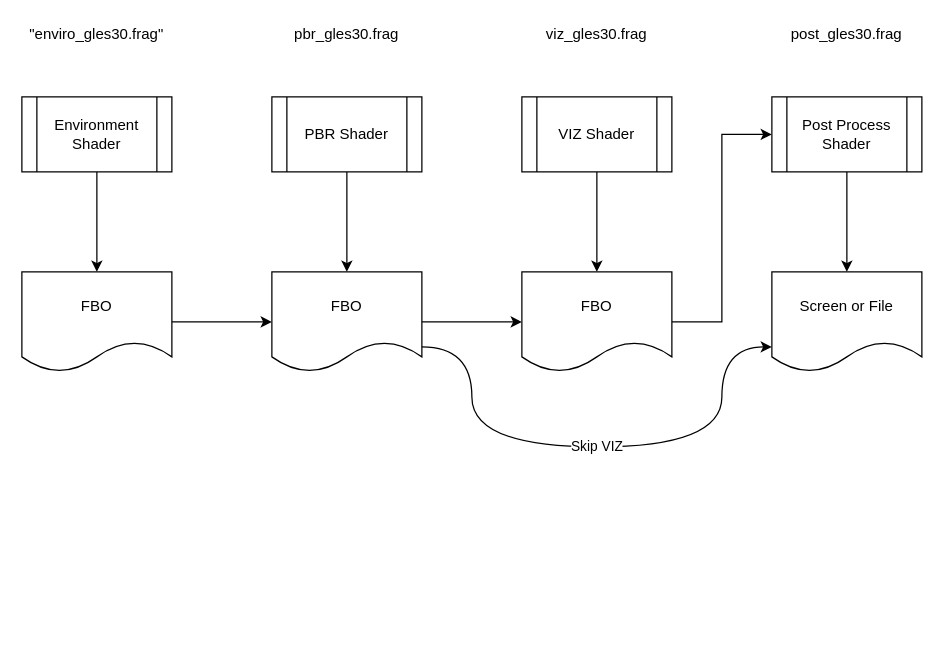
Earlier version of the draw.io diagram page "Simple Renderer Pipeline" (3 of 3) of fluxions-ssphh-research-block-diagram.drawio (microwerx/blah-ssphh-all). Source tidied: cells renumbered, new cells numbered last; positions are measured from the earlier drawing's top-left corner, leaving out a move shared by most shapes. Both pictures are drawn from the tidied source at 125%, with x=0, y=0 at pixel (21, 21).
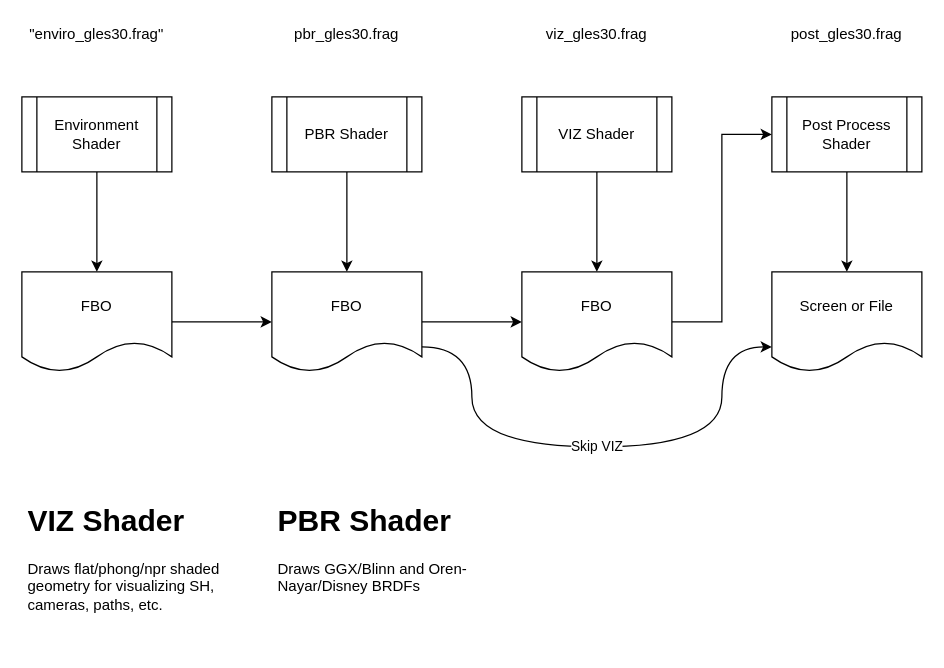
The same diagram, later.

Commit message:
add shader descriptions

The edit, as a diff of the source:
```diff
@@
+    <mxCell id="22" value="&lt;h1&gt;VIZ Shader&lt;/h1&gt;&lt;p&gt;Draws flat/phong/npr shaded geometry for visualizing SH, cameras, paths, etc.&lt;/p&gt;" style="text;html=1;strokeColor=none;fillColor=none;spacing=5;spacingTop=-20;whiteSpace=wrap;overflow=hidden;rounded=0;" parent="1" vertex="1">
+      <mxGeometry y="380" width="190" height="120" as="geometry" />
+    </mxCell>
+    <mxCell id="23" value="&lt;h1&gt;PBR Shader&lt;/h1&gt;&lt;p&gt;Draws GGX/Blinn and Oren-Nayar/Disney BRDFs&lt;/p&gt;" style="text;html=1;strokeColor=none;fillColor=none;spacing=5;spacingTop=-20;whiteSpace=wrap;overflow=hidden;rounded=0;" parent="1" vertex="1">
+      <mxGeometry x="200" y="380" width="190" height="120" as="geometry" />
+    </mxCell>
```
